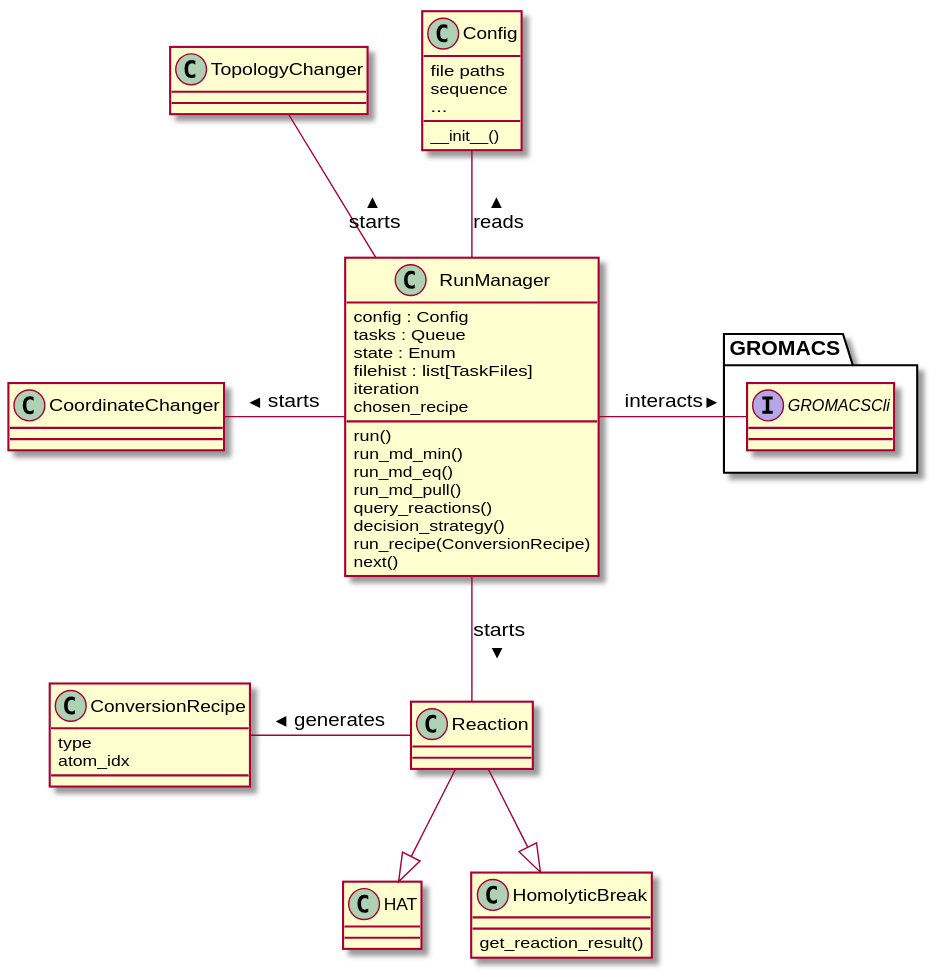
This is docs/uml.svg from graeter-group/kimmdy, a PlantUML export, as it was before one commit. Its diagram source:
```plantuml
@startuml uml
class           RunManager{
config : Config
tasks : Queue
state : Enum
filehist : list[TaskFiles]
iteration
chosen_recipe
run()
run_md_min()
run_md_eq()
run_md_pull()
query_reactions()
decision_strategy()
run_recipe(ConversionRecipe)
next()
}
class          Config{
file paths
sequence
...
__init__()
}
class           ConversionRecipe{
type
atom_idx
}

class           Reaction{

}
class           HAT{

}
class           HomolyticBreak{
get_reaction_result()
}
class           CoordinateChanger{
}
class           TopologyChanger{
}
package GROMACS{
interface GROMACSCli{
}
}

Reaction --|> HAT
Reaction --|> HomolyticBreak
Config -- RunManager : reads <
RunManager -right- GROMACSCli : > interacts
RunManager -- Reaction : > starts
ConversionRecipe - Reaction: < generates
CoordinateChanger - RunManager: < starts
TopologyChanger - RunManager: < starts
TopologyChanger -[hidden]-> CoordinateChanger
@enduml
```
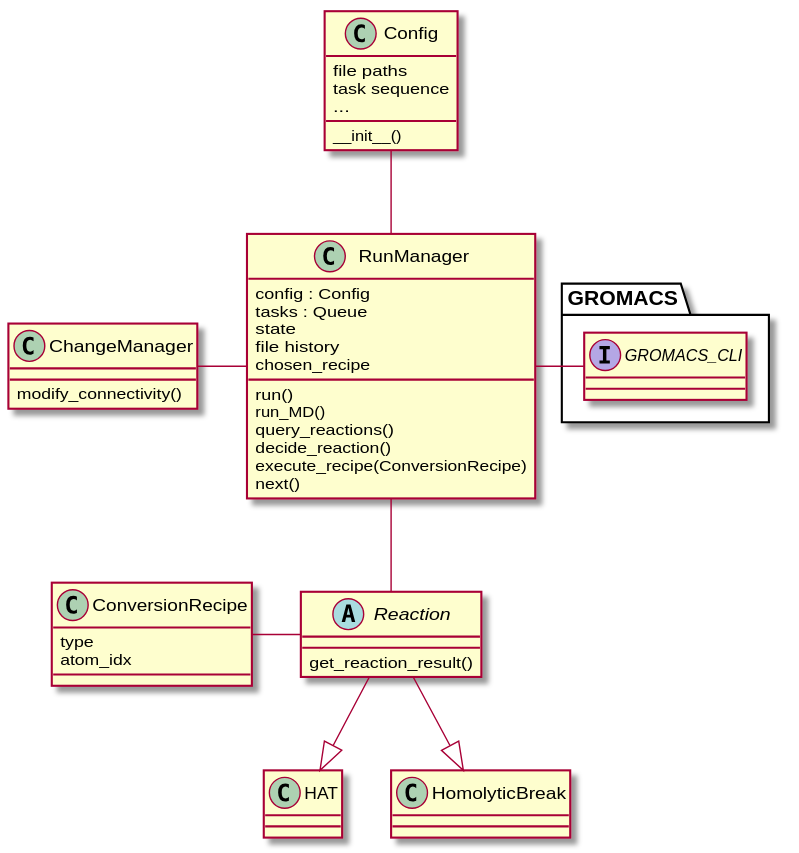
Above is the later version.

What changed in the source:
```diff
@@ -1,23 +1,20 @@
-@startuml uml
+@startuml
 class           RunManager{
 config : Config
 tasks : Queue
-state : Enum
-filehist : list[TaskFiles]
-iteration
+state
+file history
 chosen_recipe
 run()
-run_md_min()
-run_md_eq()
-run_md_pull()
+run_MD()
 query_reactions()
-decision_strategy()
-run_recipe(ConversionRecipe)
+decide_reaction()
+execute_recipe(ConversionRecipe)
 next()
 }
 class          Config{
 file paths
-sequence
+task sequence
 ...
 __init__()
 }
@@ -26,31 +23,27 @@
 atom_idx
 }
 
-class           Reaction{
-
+abstract class           Reaction{
+get_reaction_result()
 }
 class           HAT{
-
 }
 class           HomolyticBreak{
-get_reaction_result()
 }
-class           CoordinateChanger{
+class           ChangeManager{
+modify_connectivity()
 }
-class           TopologyChanger{
-}
+
 package GROMACS{
-interface GROMACSCli{
+interface GROMACS_CLI{
 }
 }
 
 Reaction --|> HAT
 Reaction --|> HomolyticBreak
-Config -- RunManager : reads <
-RunManager -right- GROMACSCli : > interacts
-RunManager -- Reaction : > starts
-ConversionRecipe - Reaction: < generates
-CoordinateChanger - RunManager: < starts
-TopologyChanger - RunManager: < starts
-TopologyChanger -[hidden]-> CoordinateChanger
+Config -- RunManager
+RunManager -right- GROMACS_CLI
+RunManager -- Reaction
+ConversionRecipe - Reaction
+ChangeManager - RunManager
 @enduml
```
